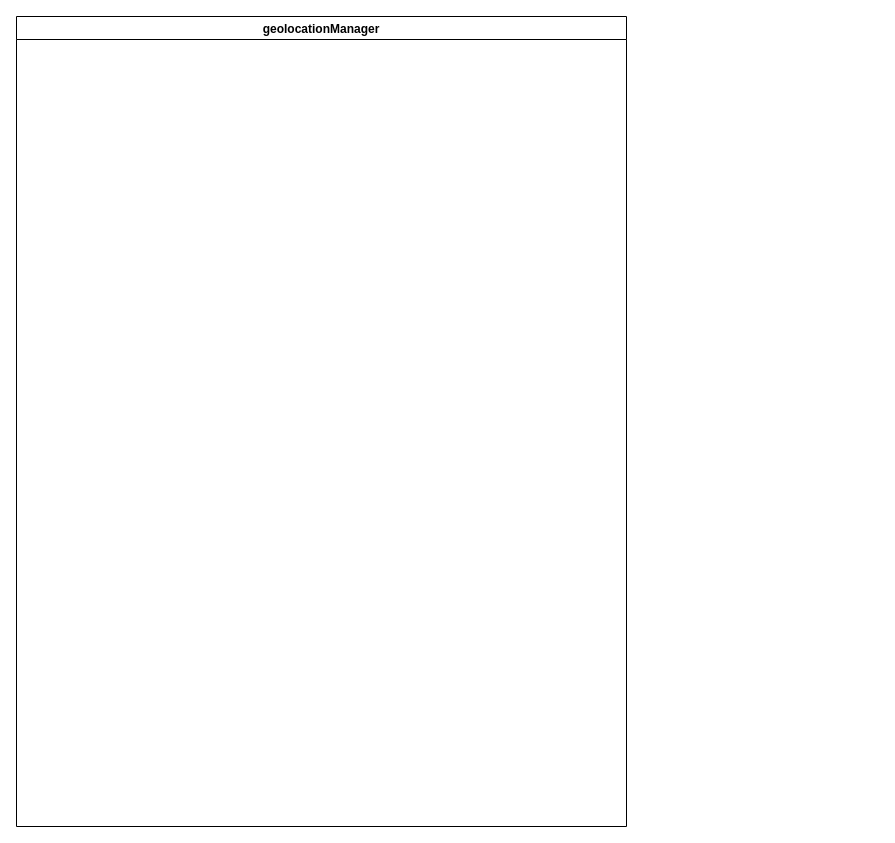
Above: GeoLocationFramework.drawio in willdonlan8/test (draw.io), before the change. Source tidied: cells renumbered, new cells numbered last; positions are measured from the earlier drawing's top-left corner, leaving out a move shared by most shapes. Both pictures are drawn from the tidied source at 100%, with x=0, y=0 at pixel (16, 16).
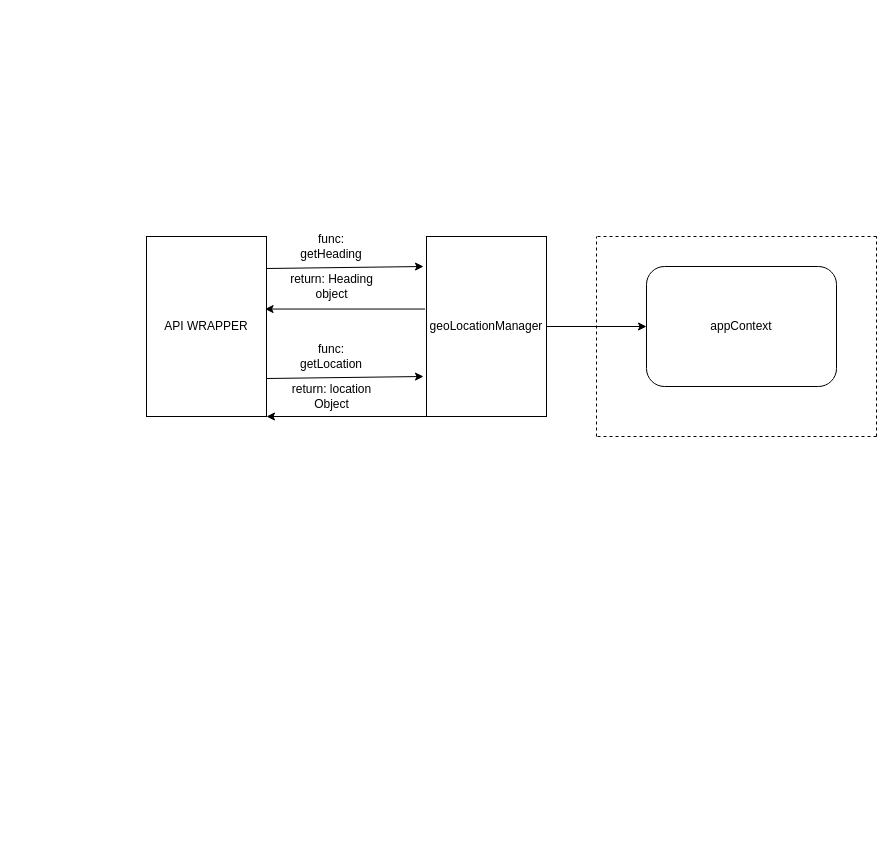
After the change.

What changed in the source:
```diff
@@
-    <mxCell id="2" value="geolocationManager" style="swimlane;" parent="1" vertex="1">
-      <mxGeometry width="610" height="810" as="geometry" />
-    </mxCell>
+    <mxCell id="3" value="geoLocationManager" style="rounded=0;whiteSpace=wrap;html=1;" parent="1" vertex="1">
+      <mxGeometry x="410" y="220" width="120" height="180" as="geometry" />
+    </mxCell>
+    <mxCell id="4" value="API WRAPPER" style="rounded=0;whiteSpace=wrap;html=1;" parent="1" vertex="1">
+      <mxGeometry x="130" y="220" width="120" height="180" as="geometry" />
+    </mxCell>
+    <mxCell id="5" style="endArrow=classic;html=1;exitX=1.021;exitY=0.428;exitDx=0;exitDy=0;exitPerimeter=0;entryX=-0.004;entryY=0.417;entryDx=0;entryDy=0;entryPerimeter=0;" parent="1" edge="1">
+      <mxGeometry relative="1" as="geometry">
+        <mxPoint x="250" y="362" as="sourcePoint" />
+        <mxPoint x="407" y="360" as="targetPoint" />
+      </mxGeometry>
+    </mxCell>
+    <mxCell id="6" style="endArrow=classic;html=1;exitX=1.021;exitY=0.428;exitDx=0;exitDy=0;exitPerimeter=0;entryX=-0.004;entryY=0.417;entryDx=0;entryDy=0;entryPerimeter=0;" parent="1" edge="1">
+      <mxGeometry relative="1" as="geometry">
+        <mxPoint x="250" y="252" as="sourcePoint" />
+        <mxPoint x="407" y="250" as="targetPoint" />
+      </mxGeometry>
+    </mxCell>
+    <mxCell id="7" value="func: getHeading" style="text;html=1;strokeColor=none;fillColor=none;align=center;verticalAlign=middle;whiteSpace=wrap;rounded=0;" parent="1" vertex="1">
+      <mxGeometry x="295" y="220" width="40" height="20" as="geometry" />
+    </mxCell>
+    <mxCell id="8" value="func: getLocation" style="text;html=1;strokeColor=none;fillColor=none;align=center;verticalAlign=middle;whiteSpace=wrap;rounded=0;" parent="1" vertex="1">
+      <mxGeometry x="295" y="330" width="40" height="20" as="geometry" />
+    </mxCell>
+    <mxCell id="9" style="endArrow=classic;html=1;exitX=0;exitY=1;exitDx=0;exitDy=0;entryX=1;entryY=1;entryDx=0;entryDy=0;" parent="1" edge="1" source="3" target="4">
+      <mxGeometry relative="1" as="geometry" />
+    </mxCell>
+    <mxCell id="10" value="return: location Object" style="text;html=1;strokeColor=none;fillColor=none;align=center;verticalAlign=middle;whiteSpace=wrap;rounded=0;" parent="1" vertex="1">
+      <mxGeometry x="258" y="370" width="115" height="20" as="geometry" />
+    </mxCell>
+    <mxCell id="11" style="endArrow=classic;html=1;exitX=-0.012;exitY=0.403;exitDx=0;exitDy=0;exitPerimeter=0;entryX=0.988;entryY=0.403;entryDx=0;entryDy=0;entryPerimeter=0;" parent="1" edge="1" source="3" target="4">
+      <mxGeometry relative="1" as="geometry" />
+    </mxCell>
+    <mxCell id="12" value="return: Heading object" style="text;html=1;strokeColor=none;fillColor=none;align=center;verticalAlign=middle;whiteSpace=wrap;rounded=0;" parent="1" vertex="1">
+      <mxGeometry x="268" y="260" width="95" height="20" as="geometry" />
+    </mxCell>
+    <mxCell id="13" style="endArrow=classic;html=1;" parent="1" edge="1">
+      <mxGeometry relative="1" as="geometry">
+        <mxPoint x="530" y="310" as="sourcePoint" />
+        <mxPoint x="630" y="310" as="targetPoint" />
+      </mxGeometry>
+    </mxCell>
+    <mxCell id="14" value="appContext" style="rounded=1;whiteSpace=wrap;html=1;" parent="1" vertex="1">
+      <mxGeometry x="630" y="250" width="190" height="120" as="geometry" />
+    </mxCell>
+    <mxCell id="15" style="endArrow=none;dashed=1;html=1;" parent="1" edge="1">
+      <mxGeometry relative="1" as="geometry">
+        <mxPoint x="580" y="420" as="sourcePoint" />
+        <mxPoint x="580" y="220" as="targetPoint" />
+      </mxGeometry>
+    </mxCell>
+    <mxCell id="16" style="endArrow=none;dashed=1;html=1;" parent="1" edge="1">
+      <mxGeometry relative="1" as="geometry">
+        <mxPoint x="860" y="420" as="sourcePoint" />
+        <mxPoint x="860" y="220" as="targetPoint" />
+      </mxGeometry>
+    </mxCell>
+    <mxCell id="17" style="endArrow=none;dashed=1;html=1;" parent="1" edge="1">
+      <mxGeometry relative="1" as="geometry">
+        <mxPoint x="860" y="420" as="sourcePoint" />
+        <mxPoint x="580" y="420" as="targetPoint" />
+      </mxGeometry>
+    </mxCell>
+    <mxCell id="18" style="endArrow=none;dashed=1;html=1;" parent="1" edge="1">
+      <mxGeometry relative="1" as="geometry">
+        <mxPoint x="860" y="220" as="sourcePoint" />
+        <mxPoint x="580" y="220" as="targetPoint" />
+      </mxGeometry>
+    </mxCell>
```
